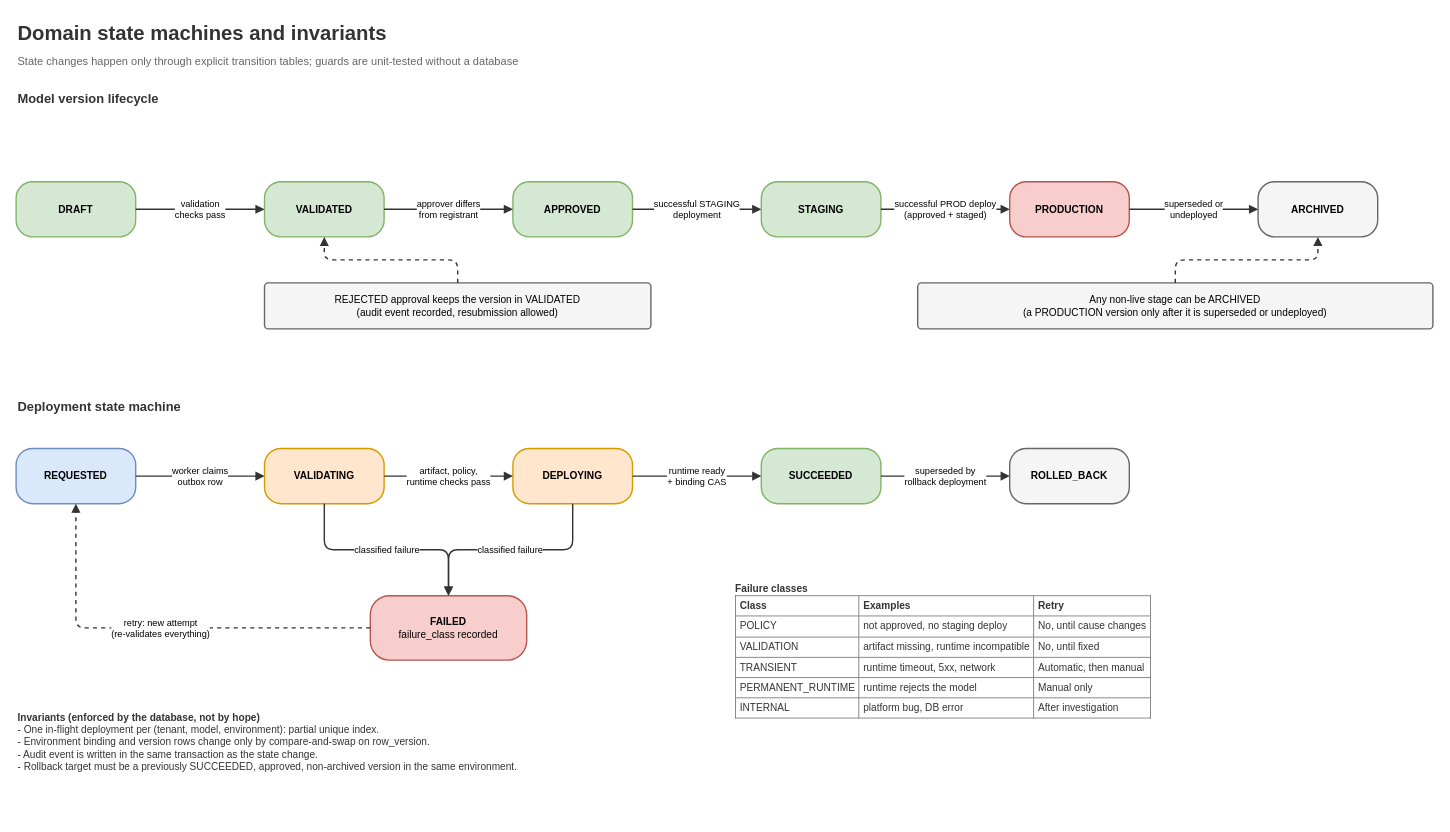
Earlier version of the draw.io diagram page "4 - State machines and invariants" (4 of 4) of docs/diagrams/architecture.drawio (jaypatel00174/mlops-platform-technical-assignment). Source tidied: cells renumbered, new cells numbered last; positions are measured from the earlier drawing's top-left corner, leaving out a move shared by most shapes. Both pictures are drawn from the tidied source at 92%, with x=0, y=0 at pixel (16, 16).
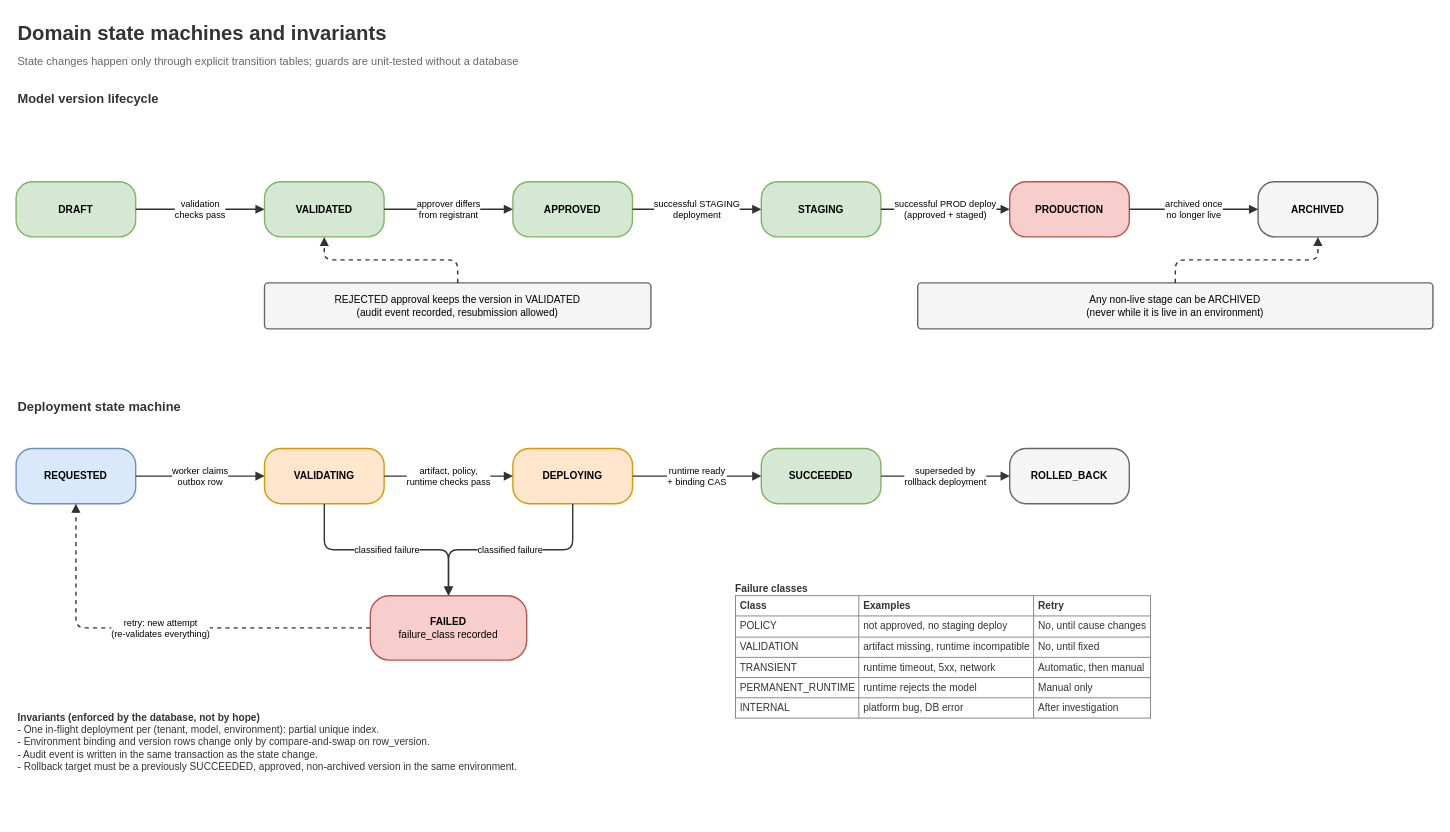
The same diagram, later.

Commit message (it also covers changes not shown here):
docs: align lifecycle docs with the rollback rule (a live version is never archived)

The change refers to these unchanged cells:
```xml
<mxCell id="9" value="&lt;b&gt;PRODUCTION&lt;/b&gt;" style="rounded=1;whiteSpace=wrap;html=1;arcSize=8;fillColor=#f8cecc;strokeColor=#b85450;strokeWidth=1.5;fontFamily=Helvetica;fontSize=11;arcSize=30;" parent="1" vertex="1">
  <mxGeometry x="1080" y="180" width="130" height="60" as="geometry" />
</mxCell>
<mxCell id="10" value="&lt;b&gt;ARCHIVED&lt;/b&gt;" style="rounded=1;whiteSpace=wrap;html=1;arcSize=8;fillColor=#f5f5f5;strokeColor=#666666;strokeWidth=1.5;fontFamily=Helvetica;fontSize=11;arcSize=30;" parent="1" vertex="1">
  <mxGeometry x="1350" y="180" width="130" height="60" as="geometry" />
</mxCell>
```

Diff of the diagram source:
```diff
@@
-    <mxCell id="15" value="superseded or&lt;br&gt;undeployed" style="edgeStyle=orthogonalEdgeStyle;rounded=1;jettySize=auto;html=1;endArrow=block;endFill=1;strokeWidth=1.5;strokeColor=#333333;fontSize=10;fontFamily=Helvetica;labelBackgroundColor=#ffffff;" parent="1" edge="1" source="9" target="10">
+    <mxCell id="15" value="archived once&lt;br&gt;no longer live" style="edgeStyle=orthogonalEdgeStyle;rounded=1;jettySize=auto;html=1;endArrow=block;endFill=1;strokeWidth=1.5;strokeColor=#333333;fontSize=10;fontFamily=Helvetica;labelBackgroundColor=#ffffff;" parent="1" edge="1" source="9" target="10">
       <mxGeometry relative="1" as="geometry" />
     </mxCell>
@@
-    <mxCell id="17" value="Any non-live stage can be ARCHIVED&lt;br&gt;(a PRODUCTION version only after it is superseded or undeployed)" style="rounded=1;whiteSpace=wrap;html=1;arcSize=8;fillColor=#f5f5f5;strokeColor=#666666;strokeWidth=1.5;fontFamily=Helvetica;fontSize=11;" parent="1" vertex="1">
+    <mxCell id="17" value="Any non-live stage can be ARCHIVED&lt;br&gt;(never while it is live in an environment)" style="rounded=1;whiteSpace=wrap;html=1;arcSize=8;fillColor=#f5f5f5;strokeColor=#666666;strokeWidth=1.5;fontFamily=Helvetica;fontSize=11;" parent="1" vertex="1">
       <mxGeometry x="980" y="290" width="560" height="50" as="geometry" />
     </mxCell>
```
